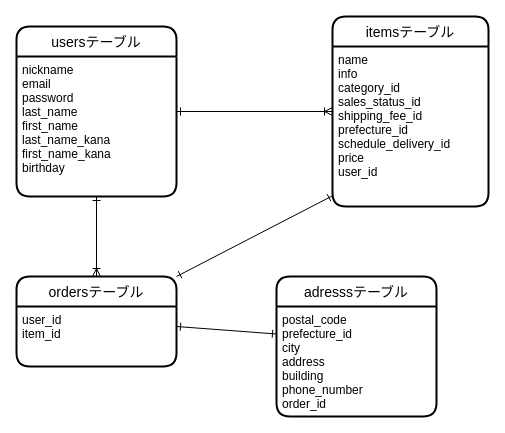
kohei-san/furima-34783 keeps this draw.io diagram as er.dio. Above is the earlier version. Source tidied: cells renumbered, new cells numbered last; positions are measured from the earlier drawing's top-left corner, leaving out a move shared by most shapes. Both pictures are drawn from the tidied source at 100%, with x=0, y=0 at pixel (16, 16).
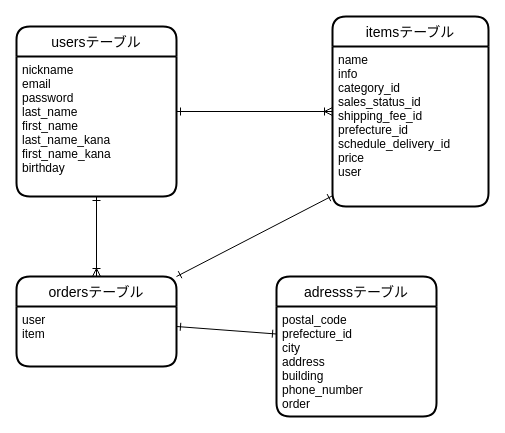
The same page after the edit.

Change to the diagram source:
```diff
@@
 <mxGraphModel>
   <root>
     <mxCell id="0" />
     <mxCell id="1" parent="0" />
     <mxCell id="2" style="rounded=0;jettySize=auto;html=1;entryX=0;entryY=0.5;entryDx=0;entryDy=0;startArrow=ERone;startFill=0;endArrow=ERoneToMany;endFill=0;" parent="1" edge="1" source="3" target="5">
       <mxGeometry relative="1" as="geometry" />
     </mxCell>
     <mxCell id="3" value="usersテーブル" style="swimlane;horizontal=1;startSize=30;rounded=1;fontSize=14;fontStyle=0;strokeWidth=2;shadow=0;dashed=0;align=center;" parent="1" vertex="1">
       <mxGeometry y="10" width="160" height="170" as="geometry" />
     </mxCell>
     <mxCell id="4" value="nickname&#10;email&#10;password&#10;last_name&#10;first_name&#10;last_name_kana&#10;first_name_kana&#10;birthday" style="align=left;strokeColor=none;fillColor=none;spacingLeft=4;fontSize=12;verticalAlign=top;" parent="3" vertex="1">
       <mxGeometry y="30" width="160" height="140" as="geometry" />
     </mxCell>
     <mxCell id="5" value="itemsテーブル" style="swimlane;horizontal=1;startSize=30;rounded=1;fontSize=14;fontStyle=0;strokeWidth=2;shadow=0;dashed=0;align=center;" parent="1" vertex="1">
       <mxGeometry x="316" width="156" height="190" as="geometry" />
     </mxCell>
-    <mxCell id="6" value="name&#10;info&#10;category_id&#10;sales_status_id&#10;shipping_fee_id&#10;prefecture_id&#10;schedule_delivery_id&#10;price&#10;user_id" style="align=left;strokeColor=none;fillColor=none;spacingLeft=4;fontSize=12;verticalAlign=top;" parent="5" vertex="1">
+    <mxCell id="6" value="name&#10;info&#10;category_id&#10;sales_status_id&#10;shipping_fee_id&#10;prefecture_id&#10;schedule_delivery_id&#10;price&#10;user" style="align=left;strokeColor=none;fillColor=none;spacingLeft=4;fontSize=12;verticalAlign=top;" parent="5" vertex="1">
       <mxGeometry y="30" width="156" height="160" as="geometry" />
     </mxCell>
     <mxCell id="7" style="edgeStyle=none;rounded=0;jettySize=auto;html=1;exitX=1;exitY=0;exitDx=0;exitDy=0;entryX=0;entryY=0.933;entryDx=0;entryDy=0;entryPerimeter=0;startArrow=ERone;startFill=0;endArrow=ERone;endFill=0;" parent="1" edge="1" source="8" target="6">
       <mxGeometry relative="1" as="geometry" />
     </mxCell>
     <mxCell id="8" value="ordersテーブル" style="swimlane;horizontal=1;startSize=30;rounded=1;fontSize=14;fontStyle=0;strokeWidth=2;shadow=0;dashed=0;align=center;" parent="1" vertex="1">
       <mxGeometry y="260" width="160" height="90" as="geometry" />
     </mxCell>
-    <mxCell id="9" value="user_id&#10;item_id" style="align=left;strokeColor=none;fillColor=none;spacingLeft=4;fontSize=12;verticalAlign=top;" parent="8" vertex="1">
+    <mxCell id="9" value="user&#10;item" style="align=left;strokeColor=none;fillColor=none;spacingLeft=4;fontSize=12;verticalAlign=top;" parent="8" vertex="1">
       <mxGeometry y="30" width="160" height="60" as="geometry" />
     </mxCell>
     <mxCell id="10" value="adresssテーブル" style="swimlane;horizontal=1;startSize=30;rounded=1;fontSize=14;fontStyle=0;strokeWidth=2;shadow=0;dashed=0;align=center;" parent="1" vertex="1">
       <mxGeometry x="260" y="260" width="160" height="140" as="geometry" />
     </mxCell>
-    <mxCell id="11" value="postal_code&#10;prefecture_id&#10;city&#10;address&#10;building&#10;phone_number&#10;order_id" style="align=left;strokeColor=none;fillColor=none;spacingLeft=4;fontSize=12;verticalAlign=top;" parent="10" vertex="1">
+    <mxCell id="11" value="postal_code&#10;prefecture_id&#10;city&#10;address&#10;building&#10;phone_number&#10;order" style="align=left;strokeColor=none;fillColor=none;spacingLeft=4;fontSize=12;verticalAlign=top;" parent="10" vertex="1">
       <mxGeometry y="30" width="160" height="110" as="geometry" />
     </mxCell>
     <mxCell id="12" style="edgeStyle=none;rounded=0;jettySize=auto;html=1;entryX=0.5;entryY=0;entryDx=0;entryDy=0;startArrow=ERone;startFill=0;endArrow=ERoneToMany;endFill=0;" parent="1" edge="1" source="4" target="8">
       <mxGeometry relative="1" as="geometry" />
     </mxCell>
     <mxCell id="13" style="rounded=0;jettySize=auto;html=1;entryX=0;entryY=0.25;entryDx=0;entryDy=0;startArrow=ERone;startFill=0;endArrow=ERone;endFill=0;" parent="1" edge="1" target="11">
       <mxGeometry relative="1" as="geometry">
         <mxPoint x="160" y="310" as="sourcePoint" />
       </mxGeometry>
     </mxCell>
   </root>
 </mxGraphModel>
```
